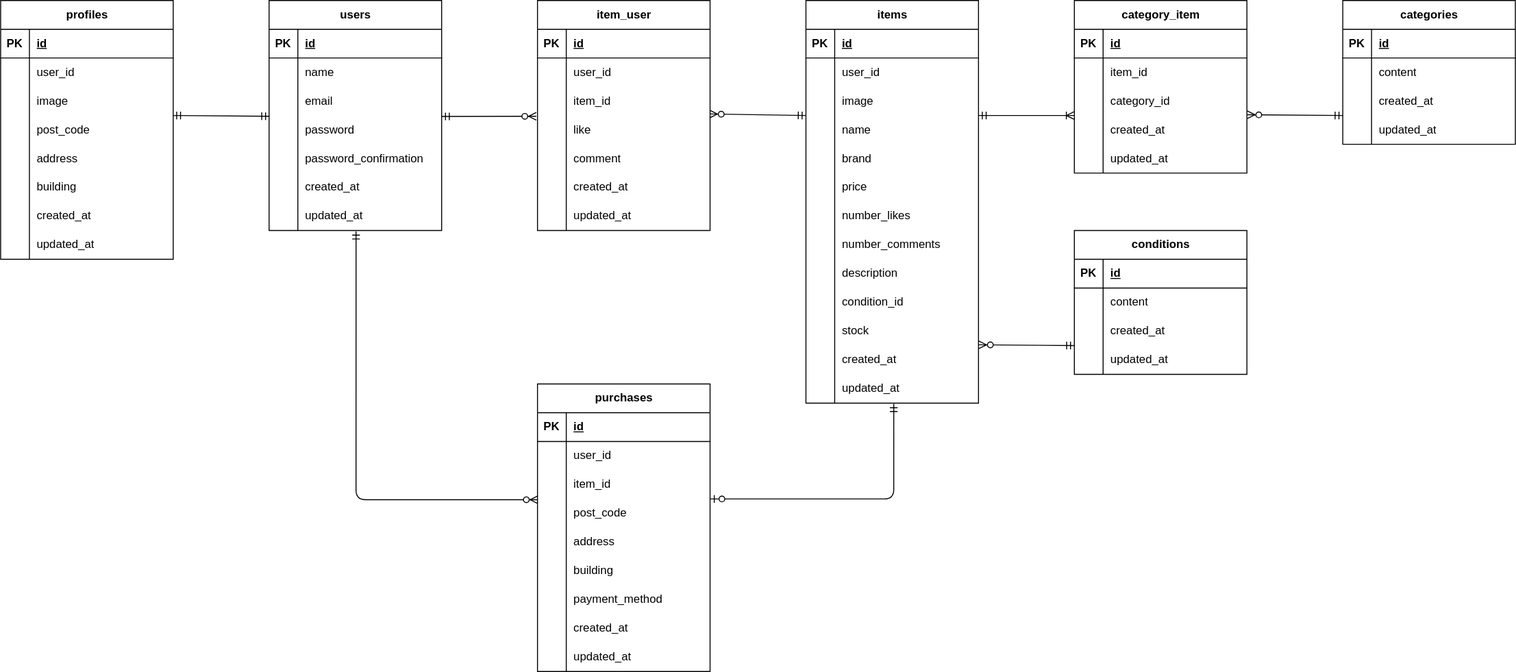
The draw.io diagram erd.drawio.svg in oura-takeshi/flea-market, before a commit. Source tidied: cells renumbered, new cells last; positions are measured from the earlier drawing's top-left corner, leaving out a move shared by most shapes.
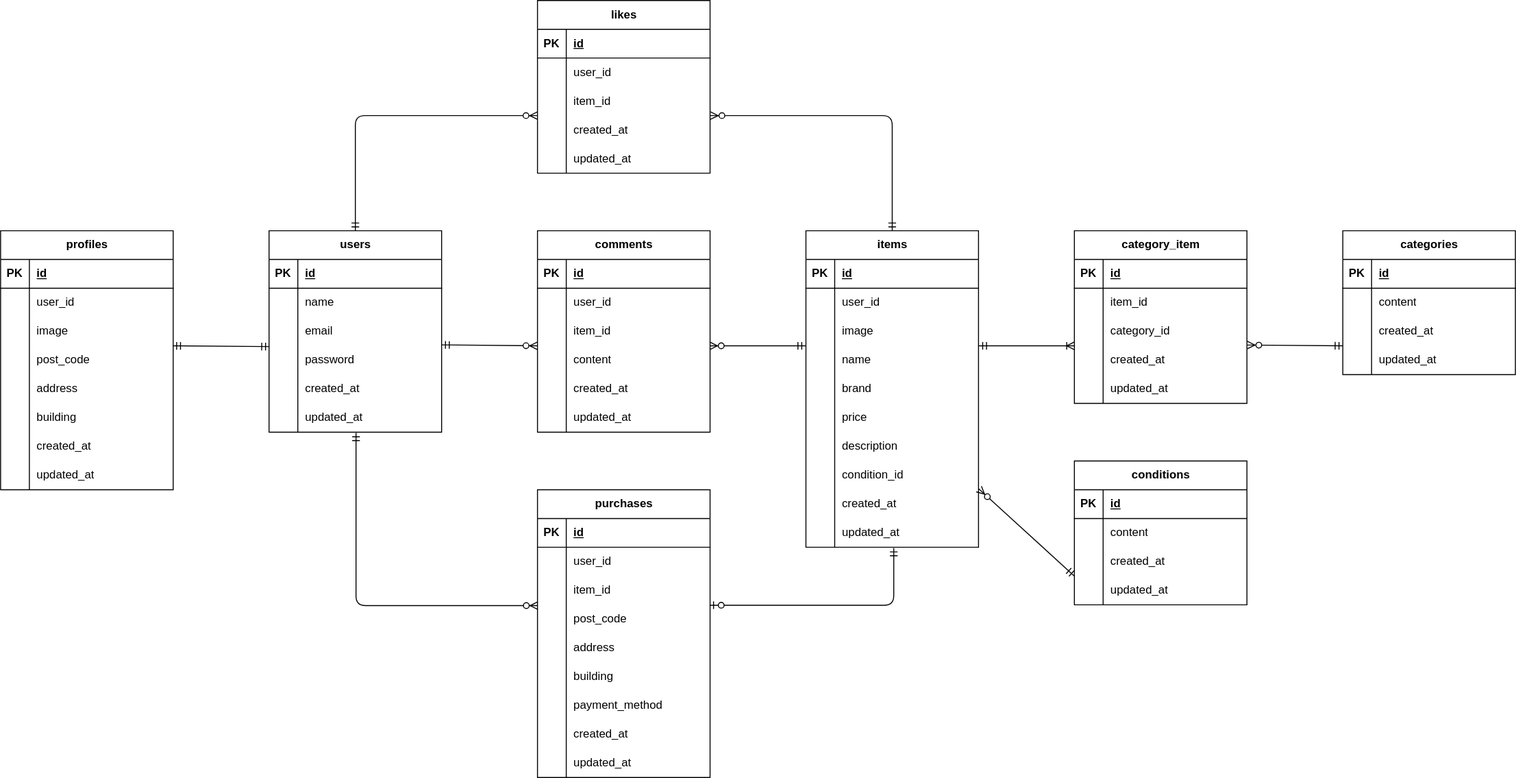
Later version of the same file.

Diff of the diagram source:
```diff
@@ -5,3 +5,3 @@
     <mxCell id="2" value="users" style="shape=table;startSize=30;rowLines=0;fontStyle=1;align=center;html=1;" parent="1" vertex="1">
-      <mxGeometry x="280" width="180" height="240" as="geometry" />
+      <mxGeometry x="280" width="180" height="210" as="geometry" />
     </mxCell>
@@ -43,13 +43,4 @@
     </mxCell>
-    <mxCell id="15" style="shape=tableRow;horizontal=0;startSize=0;swimlaneHead=0;swimlaneBody=0;fillColor=none;top=0;left=0;right=0;bottom=0;" parent="2" vertex="1">
-      <mxGeometry y="150" width="180" height="30" as="geometry" />
-    </mxCell>
-    <mxCell id="16" style="shape=partialRectangle;fillColor=none;top=0;left=0;bottom=0;right=0;overflow=hidden;whiteSpace=wrap;html=1;" parent="15" vertex="1">
-      <mxGeometry width="30" height="30" as="geometry" />
-    </mxCell>
-    <mxCell id="17" value="password_confirmation" style="shape=partialRectangle;fillColor=none;top=0;left=0;bottom=0;right=0;align=left;spacingLeft=6;overflow=hidden;whiteSpace=wrap;html=1;" parent="15" vertex="1">
-      <mxGeometry x="30" width="150" height="30" as="geometry" />
-    </mxCell>
     <mxCell id="18" style="shape=tableRow;horizontal=0;startSize=0;swimlaneHead=0;swimlaneBody=0;fillColor=none;top=0;left=0;right=0;bottom=0;" parent="2" vertex="1">
-      <mxGeometry y="180" width="180" height="30" as="geometry" />
+      <mxGeometry y="150" width="180" height="30" as="geometry" />
     </mxCell>
@@ -62,3 +53,3 @@
     <mxCell id="21" style="shape=tableRow;horizontal=0;startSize=0;swimlaneHead=0;swimlaneBody=0;fillColor=none;points=[[0,0.5],[1,0.5]];portConstraint=eastwest;top=0;left=0;right=0;bottom=0;" parent="2" vertex="1">
-      <mxGeometry y="210" width="180" height="30" as="geometry" />
+      <mxGeometry y="180" width="180" height="30" as="geometry" />
     </mxCell>
@@ -71,3 +62,3 @@
     <mxCell id="24" value="items" style="shape=table;startSize=30;rowLines=0;fontStyle=1;align=center;html=1;" parent="1" vertex="1">
-      <mxGeometry x="840" width="180" height="420" as="geometry" />
+      <mxGeometry x="840" width="180" height="330" as="geometry" />
     </mxCell>
@@ -127,22 +118,4 @@
     </mxCell>
-    <mxCell id="43" style="shape=tableRow;horizontal=0;startSize=0;swimlaneHead=0;swimlaneBody=0;fillColor=none;top=0;left=0;right=0;bottom=0;" parent="24" vertex="1">
-      <mxGeometry y="210" width="180" height="30" as="geometry" />
-    </mxCell>
-    <mxCell id="44" style="shape=partialRectangle;fillColor=none;top=0;left=0;bottom=0;right=0;overflow=hidden;whiteSpace=wrap;html=1;" parent="43" vertex="1">
-      <mxGeometry width="30" height="30" as="geometry" />
-    </mxCell>
-    <mxCell id="45" value="number_likes" style="shape=partialRectangle;fillColor=none;top=0;left=0;bottom=0;right=0;align=left;spacingLeft=6;overflow=hidden;whiteSpace=wrap;html=1;" parent="43" vertex="1">
-      <mxGeometry x="30" width="150" height="30" as="geometry" />
-    </mxCell>
-    <mxCell id="46" style="shape=tableRow;horizontal=0;startSize=0;swimlaneHead=0;swimlaneBody=0;fillColor=none;top=0;left=0;right=0;bottom=0;" parent="24" vertex="1">
-      <mxGeometry y="240" width="180" height="30" as="geometry" />
-    </mxCell>
-    <mxCell id="47" style="shape=partialRectangle;fillColor=none;top=0;left=0;bottom=0;right=0;overflow=hidden;whiteSpace=wrap;html=1;" parent="46" vertex="1">
-      <mxGeometry width="30" height="30" as="geometry" />
-    </mxCell>
-    <mxCell id="48" value="number_comments" style="shape=partialRectangle;fillColor=none;top=0;left=0;bottom=0;right=0;align=left;spacingLeft=6;overflow=hidden;whiteSpace=wrap;html=1;" parent="46" vertex="1">
-      <mxGeometry x="30" width="150" height="30" as="geometry" />
-    </mxCell>
     <mxCell id="49" style="shape=tableRow;horizontal=0;startSize=0;swimlaneHead=0;swimlaneBody=0;fillColor=none;top=0;left=0;right=0;bottom=0;" parent="24" vertex="1">
-      <mxGeometry y="270" width="180" height="30" as="geometry" />
+      <mxGeometry y="210" width="180" height="30" as="geometry" />
     </mxCell>
@@ -155,3 +128,3 @@
     <mxCell id="52" style="shape=tableRow;horizontal=0;startSize=0;swimlaneHead=0;swimlaneBody=0;fillColor=none;top=0;left=0;right=0;bottom=0;" parent="24" vertex="1">
-      <mxGeometry y="300" width="180" height="30" as="geometry" />
+      <mxGeometry y="240" width="180" height="30" as="geometry" />
     </mxCell>
@@ -163,13 +136,4 @@
     </mxCell>
-    <mxCell id="55" style="shape=tableRow;horizontal=0;startSize=0;swimlaneHead=0;swimlaneBody=0;fillColor=none;top=0;left=0;right=0;bottom=0;" parent="24" vertex="1">
-      <mxGeometry y="330" width="180" height="30" as="geometry" />
-    </mxCell>
-    <mxCell id="56" style="shape=partialRectangle;fillColor=none;top=0;left=0;bottom=0;right=0;overflow=hidden;whiteSpace=wrap;html=1;" parent="55" vertex="1">
-      <mxGeometry width="30" height="30" as="geometry" />
-    </mxCell>
-    <mxCell id="57" value="stock" style="shape=partialRectangle;fillColor=none;top=0;left=0;bottom=0;right=0;align=left;spacingLeft=6;overflow=hidden;whiteSpace=wrap;html=1;" parent="55" vertex="1">
-      <mxGeometry x="30" width="150" height="30" as="geometry" />
-    </mxCell>
     <mxCell id="58" style="shape=tableRow;horizontal=0;startSize=0;swimlaneHead=0;swimlaneBody=0;fillColor=none;points=[[0,0.5],[1,0.5]];portConstraint=eastwest;top=0;left=0;right=0;bottom=0;" parent="24" vertex="1">
-      <mxGeometry y="360" width="180" height="30" as="geometry" />
+      <mxGeometry y="270" width="180" height="30" as="geometry" />
     </mxCell>
@@ -182,3 +146,3 @@
     <mxCell id="61" style="shape=tableRow;horizontal=0;startSize=0;swimlaneHead=0;swimlaneBody=0;fillColor=none;points=[[0,0.5],[1,0.5]];portConstraint=eastwest;top=0;left=0;right=0;bottom=0;" parent="24" vertex="1">
-      <mxGeometry y="390" width="180" height="30" as="geometry" />
+      <mxGeometry y="300" width="180" height="30" as="geometry" />
     </mxCell>
@@ -190,4 +154,4 @@
     </mxCell>
-    <mxCell id="64" value="item_user" style="shape=table;startSize=30;rowLines=0;fontStyle=1;align=center;html=1;" parent="1" vertex="1">
-      <mxGeometry x="560" width="180" height="240" as="geometry" />
+    <mxCell id="64" value="comments" style="shape=table;startSize=30;rowLines=0;fontStyle=1;align=center;html=1;" parent="1" vertex="1">
+      <mxGeometry x="560" width="180" height="210" as="geometry" />
     </mxCell>
@@ -220,13 +184,4 @@
     </mxCell>
-    <mxCell id="74" style="shape=tableRow;horizontal=0;startSize=0;swimlaneHead=0;swimlaneBody=0;fillColor=none;points=[[0,0.5],[1,0.5]];portConstraint=eastwest;top=0;left=0;right=0;bottom=0;" parent="64" vertex="1">
-      <mxGeometry y="120" width="180" height="30" as="geometry" />
-    </mxCell>
-    <mxCell id="75" style="shape=partialRectangle;fillColor=none;top=0;left=0;bottom=0;right=0;overflow=hidden;whiteSpace=wrap;html=1;" parent="74" vertex="1">
-      <mxGeometry width="30" height="30" as="geometry" />
-    </mxCell>
-    <mxCell id="76" value="like" style="shape=partialRectangle;fillColor=none;top=0;left=0;bottom=0;right=0;align=left;spacingLeft=6;overflow=hidden;whiteSpace=wrap;html=1;" parent="74" vertex="1">
-      <mxGeometry x="30" width="150" height="30" as="geometry" />
-    </mxCell>
     <mxCell id="77" style="shape=tableRow;horizontal=0;startSize=0;swimlaneHead=0;swimlaneBody=0;fillColor=none;top=0;left=0;right=0;bottom=0;" parent="64" vertex="1">
-      <mxGeometry y="150" width="180" height="30" as="geometry" />
+      <mxGeometry y="120" width="180" height="30" as="geometry" />
     </mxCell>
@@ -235,3 +190,3 @@
     </mxCell>
-    <mxCell id="79" value="comment" style="shape=partialRectangle;fillColor=none;top=0;left=0;bottom=0;right=0;align=left;spacingLeft=6;overflow=hidden;whiteSpace=wrap;html=1;" parent="77" vertex="1">
+    <mxCell id="79" value="content" style="shape=partialRectangle;fillColor=none;top=0;left=0;bottom=0;right=0;align=left;spacingLeft=6;overflow=hidden;whiteSpace=wrap;html=1;" parent="77" vertex="1">
       <mxGeometry x="30" width="150" height="30" as="geometry" />
@@ -239,3 +194,3 @@
     <mxCell id="80" style="shape=tableRow;horizontal=0;startSize=0;swimlaneHead=0;swimlaneBody=0;fillColor=none;top=0;left=0;right=0;bottom=0;" parent="64" vertex="1">
-      <mxGeometry y="180" width="180" height="30" as="geometry" />
+      <mxGeometry y="150" width="180" height="30" as="geometry" />
     </mxCell>
@@ -248,3 +203,3 @@
     <mxCell id="83" style="shape=tableRow;horizontal=0;startSize=0;swimlaneHead=0;swimlaneBody=0;fillColor=none;top=0;left=0;right=0;bottom=0;" parent="64" vertex="1">
-      <mxGeometry y="210" width="180" height="30" as="geometry" />
+      <mxGeometry y="180" width="180" height="30" as="geometry" />
     </mxCell>
@@ -256,11 +211,10 @@
     </mxCell>
-    <mxCell id="86" style="fontSize=12;html=1;endArrow=ERzeroToMany;startArrow=ERmandOne;entryX=-0.007;entryY=0.027;entryDx=0;entryDy=0;entryPerimeter=0;" parent="1" edge="1" target="74">
+    <mxCell id="86" style="fontSize=12;html=1;endArrow=ERzeroToMany;startArrow=ERmandOne;" parent="1" edge="1">
       <mxGeometry relative="1" as="geometry">
-        <mxPoint x="460" y="121" as="sourcePoint" />
+        <mxPoint x="460" y="119" as="sourcePoint" />
+        <mxPoint x="560" y="120" as="targetPoint" />
       </mxGeometry>
     </mxCell>
-    <mxCell id="87" style="fontSize=12;html=1;endArrow=ERzeroToMany;startArrow=ERmandOne;entryX=0.998;entryY=-0.053;entryDx=0;entryDy=0;entryPerimeter=0;" parent="1" edge="1" target="74">
-      <mxGeometry relative="1" as="geometry">
-        <mxPoint x="840" y="120" as="sourcePoint" />
-      </mxGeometry>
+    <mxCell id="87" style="fontSize=12;html=1;endArrow=ERzeroToMany;startArrow=ERmandOne;entryX=0.998;entryY=1;entryDx=0;entryDy=0;entryPerimeter=0;exitX=-0.002;exitY=1;exitDx=0;exitDy=0;exitPerimeter=0;" parent="1" edge="1" source="31" target="71">
+      <mxGeometry relative="1" as="geometry" />
     </mxCell>
@@ -345,3 +299,3 @@
     <mxCell id="114" value="purchases" style="shape=table;startSize=30;rowLines=0;fontStyle=1;align=center;html=1;" parent="1" vertex="1">
-      <mxGeometry x="560" y="400" width="180" height="300" as="geometry" />
+      <mxGeometry x="560" y="270" width="180" height="300" as="geometry" />
     </mxCell>
@@ -431,3 +385,3 @@
         <Array as="points">
-          <mxPoint x="371" y="521" />
+          <mxPoint x="371" y="391" />
         </Array>
@@ -435,7 +389,6 @@
     </mxCell>
-    <mxCell id="143" style="fontSize=12;html=1;endArrow=ERzeroToOne;startArrow=ERmandOne;exitX=0.509;exitY=1.027;exitDx=0;exitDy=0;exitPerimeter=0;edgeStyle=orthogonalEdgeStyle;" parent="1" edge="1" source="61">
+    <mxCell id="143" style="fontSize=12;html=1;endArrow=ERzeroToOne;startArrow=ERmandOne;exitX=0.509;exitY=1.027;exitDx=0;exitDy=0;exitPerimeter=0;edgeStyle=orthogonalEdgeStyle;entryX=0.998;entryY=0.013;entryDx=0;entryDy=0;entryPerimeter=0;" parent="1" edge="1" source="61" target="124">
       <mxGeometry relative="1" as="geometry">
-        <mxPoint x="740.4" y="520" as="targetPoint" />
         <Array as="points">
-          <mxPoint x="932" y="520" />
+          <mxPoint x="932" y="390" />
         </Array>
@@ -530,6 +483,4 @@
     </mxCell>
-    <mxCell id="173" style="fontSize=12;html=1;endArrow=ERoneToMany;startArrow=ERmandOne;entryX=-0.002;entryY=0;entryDx=0;entryDy=0;entryPerimeter=0;" parent="1" edge="1" target="154">
-      <mxGeometry relative="1" as="geometry">
-        <mxPoint x="1020" y="120" as="sourcePoint" />
-      </mxGeometry>
+    <mxCell id="173" style="fontSize=12;html=1;endArrow=ERoneToMany;startArrow=ERmandOne;exitX=1.002;exitY=1;exitDx=0;exitDy=0;exitPerimeter=0;entryX=0;entryY=0;entryDx=0;entryDy=0;entryPerimeter=0;" parent="1" edge="1" source="31" target="154">
+      <mxGeometry relative="1" as="geometry" />
     </mxCell>
@@ -580,2 +531,65 @@
     </mxCell>
+    <mxCell id="189" value="likes" style="shape=table;startSize=30;rowLines=0;fontStyle=1;align=center;html=1;" parent="1" vertex="1">
+      <mxGeometry x="560" y="-240" width="180" height="180" as="geometry" />
+    </mxCell>
+    <mxCell id="190" style="shape=tableRow;horizontal=0;startSize=0;swimlaneHead=0;swimlaneBody=0;fillColor=none;top=0;left=0;right=0;bottom=1;" parent="189" vertex="1">
+      <mxGeometry y="30" width="180" height="30" as="geometry" />
+    </mxCell>
+    <mxCell id="191" value="PK" style="shape=partialRectangle;fillColor=none;top=0;left=0;bottom=0;right=0;fontStyle=1;overflow=hidden;whiteSpace=wrap;html=1;" parent="190" vertex="1">
+      <mxGeometry width="30" height="30" as="geometry" />
+    </mxCell>
+    <mxCell id="192" value="id" style="shape=partialRectangle;fillColor=none;top=0;left=0;bottom=0;right=0;align=left;spacingLeft=6;fontStyle=5;overflow=hidden;whiteSpace=wrap;html=1;" parent="190" vertex="1">
+      <mxGeometry x="30" width="150" height="30" as="geometry" />
+    </mxCell>
+    <mxCell id="193" style="shape=tableRow;horizontal=0;startSize=0;swimlaneHead=0;swimlaneBody=0;fillColor=none;top=0;left=0;right=0;bottom=0;" parent="189" vertex="1">
+      <mxGeometry y="60" width="180" height="30" as="geometry" />
+    </mxCell>
+    <mxCell id="194" style="shape=partialRectangle;fillColor=none;top=0;left=0;bottom=0;right=0;overflow=hidden;whiteSpace=wrap;html=1;" parent="193" vertex="1">
+      <mxGeometry width="30" height="30" as="geometry" />
+    </mxCell>
+    <mxCell id="195" value="user_id" style="shape=partialRectangle;fillColor=none;top=0;left=0;bottom=0;right=0;align=left;spacingLeft=6;overflow=hidden;whiteSpace=wrap;html=1;" parent="193" vertex="1">
+      <mxGeometry x="30" width="150" height="30" as="geometry" />
+    </mxCell>
+    <mxCell id="196" style="shape=tableRow;horizontal=0;startSize=0;swimlaneHead=0;swimlaneBody=0;fillColor=none;top=0;left=0;right=0;bottom=0;" parent="189" vertex="1">
+      <mxGeometry y="90" width="180" height="30" as="geometry" />
+    </mxCell>
+    <mxCell id="197" style="shape=partialRectangle;fillColor=none;top=0;left=0;bottom=0;right=0;overflow=hidden;whiteSpace=wrap;html=1;" parent="196" vertex="1">
+      <mxGeometry width="30" height="30" as="geometry" />
+    </mxCell>
+    <mxCell id="198" value="item_id" style="shape=partialRectangle;fillColor=none;top=0;left=0;bottom=0;right=0;align=left;spacingLeft=6;overflow=hidden;whiteSpace=wrap;html=1;" parent="196" vertex="1">
+      <mxGeometry x="30" width="150" height="30" as="geometry" />
+    </mxCell>
+    <mxCell id="74" style="shape=tableRow;horizontal=0;startSize=0;swimlaneHead=0;swimlaneBody=0;fillColor=none;points=[[0,0.5],[1,0.5]];portConstraint=eastwest;top=0;left=0;right=0;bottom=0;" parent="189" vertex="1">
+      <mxGeometry y="120" width="180" height="30" as="geometry" />
+    </mxCell>
+    <mxCell id="199" style="shape=partialRectangle;fillColor=none;top=0;left=0;bottom=0;right=0;overflow=hidden;whiteSpace=wrap;html=1;" parent="74" vertex="1">
+      <mxGeometry width="30" height="30" as="geometry" />
+    </mxCell>
+    <mxCell id="200" value="created_at" style="shape=partialRectangle;fillColor=none;top=0;left=0;bottom=0;right=0;align=left;spacingLeft=6;overflow=hidden;whiteSpace=wrap;html=1;" parent="74" vertex="1">
+      <mxGeometry x="30" width="150" height="30" as="geometry" />
+    </mxCell>
+    <mxCell id="15" style="shape=tableRow;horizontal=0;startSize=0;swimlaneHead=0;swimlaneBody=0;fillColor=none;top=0;left=0;right=0;bottom=0;" parent="189" vertex="1">
+      <mxGeometry y="150" width="180" height="30" as="geometry" />
+    </mxCell>
+    <mxCell id="201" style="shape=partialRectangle;fillColor=none;top=0;left=0;bottom=0;right=0;overflow=hidden;whiteSpace=wrap;html=1;" parent="15" vertex="1">
+      <mxGeometry width="30" height="30" as="geometry" />
+    </mxCell>
+    <mxCell id="202" value="updated_at" style="shape=partialRectangle;fillColor=none;top=0;left=0;bottom=0;right=0;align=left;spacingLeft=6;overflow=hidden;whiteSpace=wrap;html=1;" parent="15" vertex="1">
+      <mxGeometry x="30" width="150" height="30" as="geometry" />
+    </mxCell>
+    <mxCell id="203" style="edgeStyle=orthogonalEdgeStyle;fontSize=12;html=1;endArrow=ERzeroToMany;startArrow=ERmandOne;exitX=0.5;exitY=0;exitDx=0;exitDy=0;" parent="1" edge="1" source="2">
+      <mxGeometry relative="1" as="geometry">
+        <mxPoint x="560" y="-120" as="targetPoint" />
+        <Array as="points">
+          <mxPoint x="370" y="-120" />
+        </Array>
+      </mxGeometry>
+    </mxCell>
+    <mxCell id="204" style="edgeStyle=orthogonalEdgeStyle;fontSize=12;html=1;endArrow=ERzeroToMany;startArrow=ERmandOne;entryX=1.002;entryY=0;entryDx=0;entryDy=0;entryPerimeter=0;exitX=0.5;exitY=0;exitDx=0;exitDy=0;" parent="1" edge="1" source="24" target="74">
+      <mxGeometry relative="1" as="geometry">
+        <Array as="points">
+          <mxPoint x="930" y="-120" />
+        </Array>
+      </mxGeometry>
+    </mxCell>
   </root>
```
